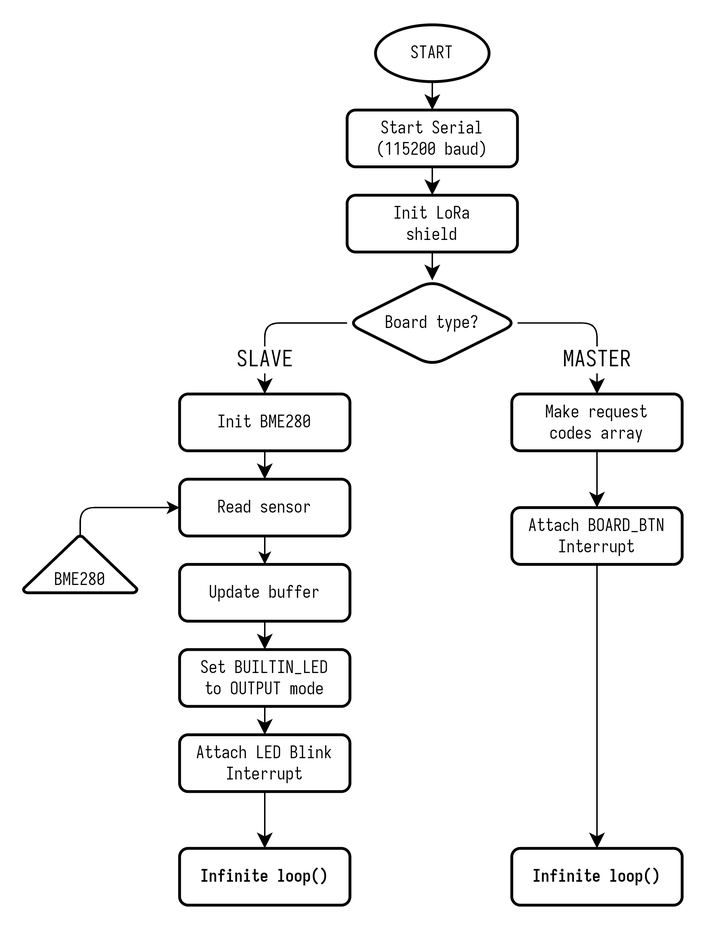
Before: images/firmware-flowchart.png, a diagram exported from draw.io (utbrott/lora-psn). Source tidied: cells renumbered, new cells last; positions are measured from the earlier drawing's top-left corner, leaving out a move shared by most shapes.
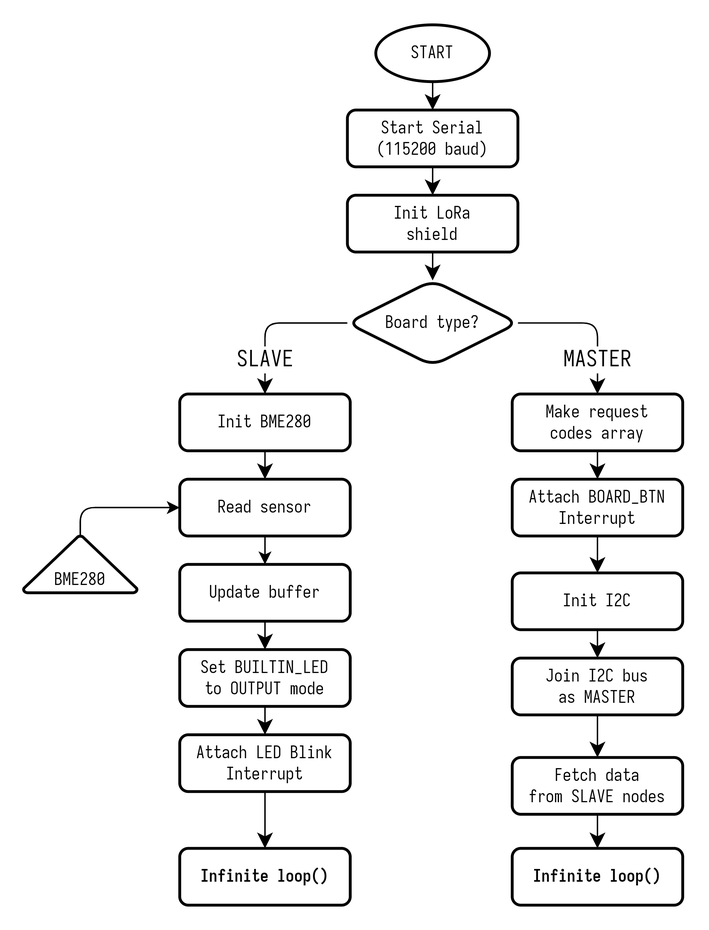
The same diagram one commit later.

What changed in the source:
```diff
@@ -96,14 +96,32 @@
         <mxPoint x="1" y="14" as="offset" />
       </mxGeometry>
     </mxCell>
-    <mxCell id="28" style="edgeStyle=none;curved=1;rounded=0;jettySize=auto;html=1;entryX=0.5;entryY=0;entryDx=0;entryDy=0;fontSize=12;startSize=8;endSize=8;" parent="1" edge="1" source="29" target="24">
+    <mxCell id="28" style="edgeStyle=none;curved=1;rounded=0;jettySize=auto;html=1;fontSize=12;startSize=8;endSize=8;entryX=0.5;entryY=0;entryDx=0;entryDy=0;" parent="1" edge="1" source="29" target="32">
       <mxGeometry relative="1" as="geometry" />
     </mxCell>
     <mxCell id="29" value="Attach BOARD_BTN&lt;br&gt;Interrupt" style="rounded=1;whiteSpace=wrap;html=1;fontSize=12;glass=0;strokeWidth=2;shadow=0;fontFamily=Iosevka;" parent="1" vertex="1">
-      <mxGeometry x="344" y="340" width="120" height="40" as="geometry" />
+      <mxGeometry x="344" y="320" width="120" height="40" as="geometry" />
     </mxCell>
     <mxCell id="30" style="edgeStyle=none;curved=1;rounded=0;jettySize=auto;html=1;entryX=0.5;entryY=0;entryDx=0;entryDy=0;fontSize=12;startSize=8;endSize=8;" parent="1" edge="1" source="25" target="29">
       <mxGeometry relative="1" as="geometry" />
     </mxCell>
+    <mxCell id="31" style="edgeStyle=none;curved=1;rounded=0;jettySize=auto;html=1;exitX=0.5;exitY=1;exitDx=0;exitDy=0;entryX=0.5;entryY=0;entryDx=0;entryDy=0;fontSize=12;startSize=8;endSize=8;" parent="1" edge="1" source="32" target="34">
+      <mxGeometry relative="1" as="geometry" />
+    </mxCell>
+    <mxCell id="32" value="Init I2C" style="rounded=1;whiteSpace=wrap;html=1;fontSize=12;glass=0;strokeWidth=2;shadow=0;fontFamily=Iosevka;" parent="1" vertex="1">
+      <mxGeometry x="344" y="386" width="120" height="40" as="geometry" />
+    </mxCell>
+    <mxCell id="33" style="edgeStyle=none;curved=1;rounded=0;jettySize=auto;html=1;entryX=0.5;entryY=0;entryDx=0;entryDy=0;fontSize=12;startSize=8;endSize=8;" parent="1" edge="1" source="34" target="36">
+      <mxGeometry relative="1" as="geometry" />
+    </mxCell>
+    <mxCell id="34" value="Join I2C bus&lt;br&gt;as MASTER" style="rounded=1;whiteSpace=wrap;html=1;fontSize=12;glass=0;strokeWidth=2;shadow=0;fontFamily=Iosevka;" parent="1" vertex="1">
+      <mxGeometry x="344" y="446" width="120" height="40" as="geometry" />
+    </mxCell>
+    <mxCell id="35" style="edgeStyle=none;curved=1;rounded=0;jettySize=auto;html=1;fontSize=12;startSize=8;endSize=8;" parent="1" edge="1" source="36" target="24">
+      <mxGeometry relative="1" as="geometry" />
+    </mxCell>
+    <mxCell id="36" value="Fetch data&lt;br&gt;from SLAVE nodes" style="rounded=1;whiteSpace=wrap;html=1;fontSize=12;glass=0;strokeWidth=2;shadow=0;fontFamily=Iosevka;" parent="1" vertex="1">
+      <mxGeometry x="344" y="516" width="120" height="40" as="geometry" />
+    </mxCell>
   </root>
 </mxGraphModel>
```
